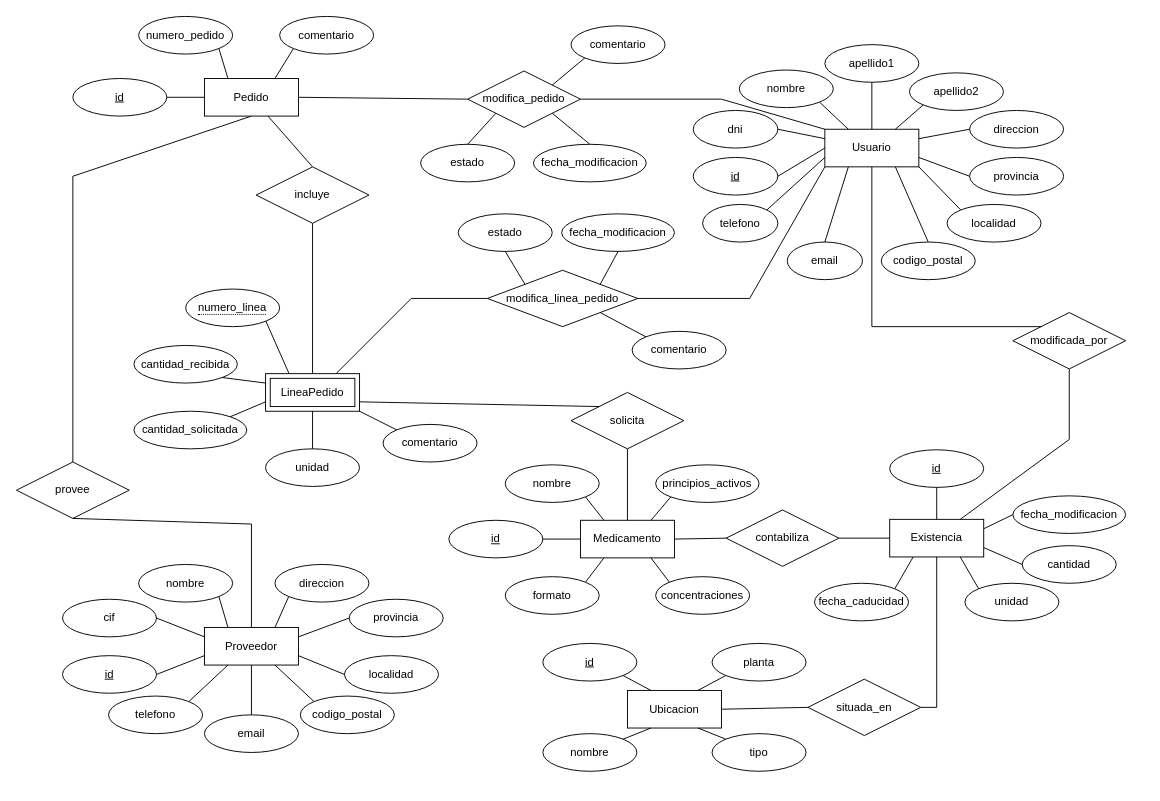
Above: Diagrama sin título.drawio in mariopr25/AlmacenMedicamentosER (draw.io), before the change. Source tidied: cells renumbered, new cells numbered last; positions are measured from the earlier drawing's top-left corner, leaving out a move shared by most shapes. Both pictures are drawn from the tidied source at 94%, with x=0, y=0 at pixel (16, 16).
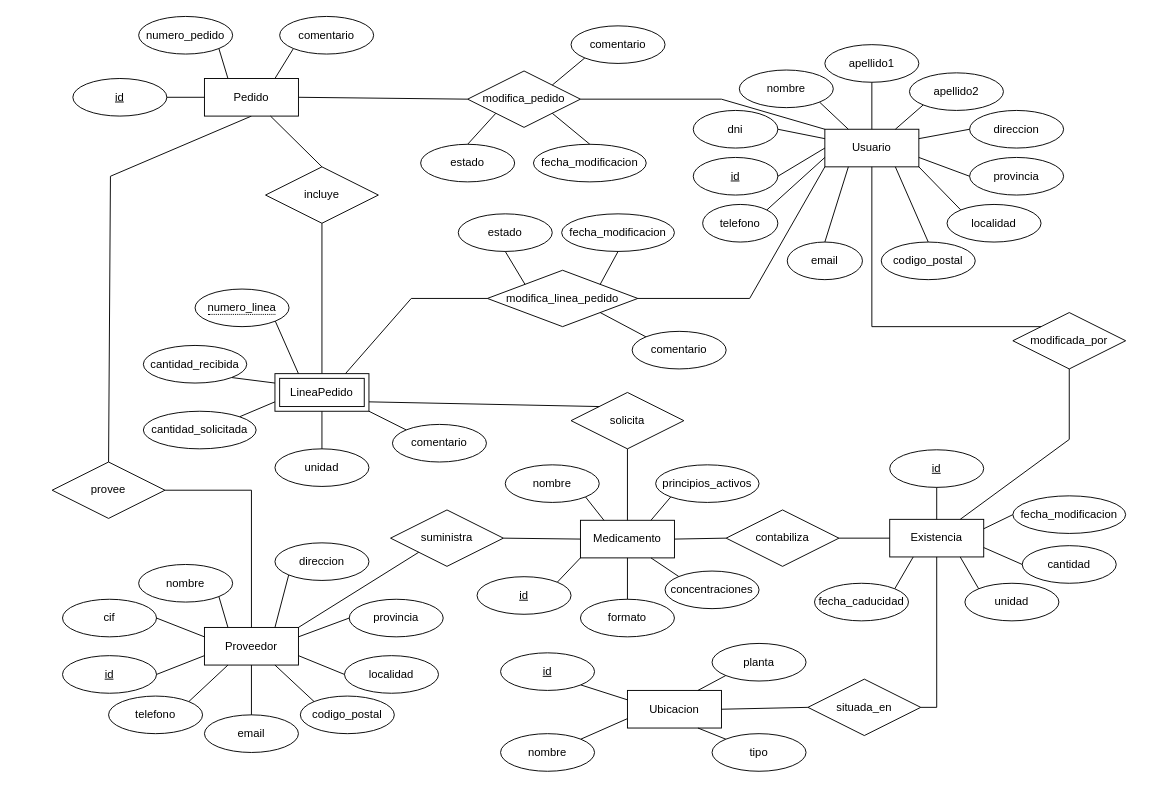
The same diagram, later.

Commit message:
añadida relacion "suministra" entre Proveedor y Medicamento

Unchanged cells that the change refers to:
```xml
<mxCell id="2" style="group;" parent="1" vertex="1">
  <mxGeometry x="30" y="580" width="440" height="210" as="geometry" />
</mxCell>
<mxCell id="3" value="Proveedor" style="whiteSpace=wrap;html=1;align=center;" parent="2" vertex="1">
  <mxGeometry x="170" y="70" width="100" height="40" as="geometry" />
</mxCell>
<mxCell id="47" style="group;" parent="1" vertex="1">
  <mxGeometry x="540" y="667" width="330" height="150" as="geometry" />
</mxCell>
<mxCell id="48" value="Ubicacion" style="whiteSpace=wrap;html=1;align=center;" parent="47" vertex="1">
  <mxGeometry x="110" y="50" width="100" height="40" as="geometry" />
</mxCell>
<mxCell id="57" style="group;" parent="1" vertex="1">
  <mxGeometry x="440" y="474" width="360" height="162" as="geometry" />
</mxCell>
<mxCell id="58" value="Medicamento" style="whiteSpace=wrap;html=1;align=center;" parent="57" vertex="1">
  <mxGeometry x="160" y="62" width="100" height="40" as="geometry" />
</mxCell>
<mxCell id="101" value="Pedido" style="whiteSpace=wrap;html=1;align=center;" parent="96" vertex="1">
  <mxGeometry x="140" y="66" width="100" height="40" as="geometry" />
</mxCell>
```

What changed in the source:
```diff
@@
     <mxCell id="7" value="direccion" style="ellipse;whiteSpace=wrap;html=1;align=center;" parent="2" vertex="1">
-      <mxGeometry x="245" y="3" width="100" height="40" as="geometry" />
+      <mxGeometry x="245" y="-20" width="100" height="40" as="geometry" />
     </mxCell>
@@
     <mxCell id="49" value="id" style="ellipse;whiteSpace=wrap;html=1;align=center;fontStyle=4;" parent="47" vertex="1">
-      <mxGeometry x="20" width="100" height="40" as="geometry" />
+      <mxGeometry x="-25" y="10" width="100" height="40" as="geometry" />
     </mxCell>
     <mxCell id="50" value="nombre" style="ellipse;whiteSpace=wrap;html=1;align=center;" parent="47" vertex="1">
-      <mxGeometry x="20" y="96" width="100" height="40" as="geometry" />
+      <mxGeometry x="-25" y="96" width="100" height="40" as="geometry" />
     </mxCell>
@@
-    <mxCell id="54" style="endArrow=none;html=1;rounded=0;exitX=1;exitY=1;exitDx=0;exitDy=0;entryX=0.25;entryY=0;entryDx=0;entryDy=0;" parent="47" edge="1" source="49" target="48">
+    <mxCell id="54" style="endArrow=none;html=1;rounded=0;exitX=1;exitY=1;exitDx=0;exitDy=0;entryX=0;entryY=0.25;entryDx=0;entryDy=0;" parent="47" edge="1" source="49" target="48">
       <mxGeometry relative="1" as="geometry" />
     </mxCell>
@@
-    <mxCell id="56" style="endArrow=none;html=1;rounded=0;exitX=0.25;exitY=1;exitDx=0;exitDy=0;entryX=1;entryY=0;entryDx=0;entryDy=0;" parent="47" edge="1" source="48" target="50">
+    <mxCell id="56" style="endArrow=none;html=1;rounded=0;exitX=0;exitY=0.75;exitDx=0;exitDy=0;entryX=1;entryY=0;entryDx=0;entryDy=0;" parent="47" edge="1" source="48" target="50">
       <mxGeometry relative="1" as="geometry" />
     </mxCell>
@@
     <mxCell id="61" value="concentraciones" style="ellipse;whiteSpace=wrap;html=1;align=center;" parent="57" vertex="1">
-      <mxGeometry x="240" y="122" width="100" height="40" as="geometry" />
+      <mxGeometry x="250" y="116" width="100" height="40" as="geometry" />
     </mxCell>
-    <mxCell id="62" value="formato" style="ellipse;whiteSpace=wrap;html=1;align=center;" parent="57" vertex="1">
-      <mxGeometry x="80" y="122" width="100" height="40" as="geometry" />
-    </mxCell>
     <mxCell id="63" value="id" style="ellipse;whiteSpace=wrap;html=1;align=center;fontStyle=4;" parent="57" vertex="1">
-      <mxGeometry x="20" y="62" width="100" height="40" as="geometry" />
+      <mxGeometry x="50" y="122" width="100" height="40" as="geometry" />
     </mxCell>
-    <mxCell id="64" style="endArrow=none;html=1;rounded=0;exitX=1;exitY=0.5;exitDx=0;exitDy=0;entryX=0;entryY=0.5;entryDx=0;entryDy=0;" parent="57" edge="1" source="63" target="58">
+    <mxCell id="64" style="endArrow=none;html=1;rounded=0;exitX=1;exitY=0;exitDx=0;exitDy=0;entryX=0;entryY=1;entryDx=0;entryDy=0;" parent="57" edge="1" source="63" target="58">
       <mxGeometry relative="1" as="geometry" />
     </mxCell>
@@
-    <mxCell id="68" style="endArrow=none;html=1;rounded=0;exitX=1;exitY=0;exitDx=0;exitDy=0;entryX=0.25;entryY=1;entryDx=0;entryDy=0;" parent="57" edge="1" source="62" target="58">
-      <mxGeometry relative="1" as="geometry" />
-    </mxCell>
+    <mxCell id="137" value="suministra" style="shape=rhombus;perimeter=rhombusPerimeter;whiteSpace=wrap;html=1;align=center;" parent="57" vertex="1">
+      <mxGeometry x="-42" y="51" width="120" height="60" as="geometry" />
+    </mxCell>
+    <mxCell id="138" style="endArrow=none;html=1;rounded=0;entryX=0;entryY=0.5;entryDx=0;entryDy=0;exitX=1;exitY=0.5;exitDx=0;exitDy=0;" parent="57" edge="1" source="137" target="58">
+      <mxGeometry relative="1" as="geometry" />
+    </mxCell>
@@
     <mxCell id="90" value="provee" style="shape=rhombus;perimeter=rhombusPerimeter;whiteSpace=wrap;html=1;align=center;" parent="1" vertex="1">
-      <mxGeometry y="474" width="120" height="60" as="geometry" />
+      <mxGeometry x="38" y="474" width="120" height="60" as="geometry" />
     </mxCell>
     <mxCell id="91" style="endArrow=none;html=1;rounded=0;exitX=0.5;exitY=1;exitDx=0;exitDy=0;entryX=0.5;entryY=0;entryDx=0;entryDy=0;" parent="1" edge="1" source="101" target="90">
       <mxGeometry relative="1" as="geometry">
         <Array as="points">
-          <mxPoint x="60" y="170" />
+          <mxPoint x="100" y="170" />
         </Array>
       </mxGeometry>
     </mxCell>
-    <mxCell id="92" style="endArrow=none;html=1;rounded=0;exitX=0.5;exitY=0;exitDx=0;exitDy=0;entryX=0.5;entryY=1;entryDx=0;entryDy=0;" parent="1" edge="1" source="3" target="90">
+    <mxCell id="92" style="endArrow=none;html=1;rounded=0;exitX=0.5;exitY=0;exitDx=0;exitDy=0;entryX=1;entryY=0.5;entryDx=0;entryDy=0;" parent="1" edge="1" source="3" target="90">
       <mxGeometry relative="1" as="geometry">
         <Array as="points">
-          <mxPoint x="250" y="540" />
+          <mxPoint x="250" y="504" />
         </Array>
       </mxGeometry>
     </mxCell>
@@
     <mxCell id="104" value="incluye" style="shape=rhombus;perimeter=rhombusPerimeter;whiteSpace=wrap;html=1;align=center;" parent="1" vertex="1">
-      <mxGeometry x="255" y="160" width="120" height="60" as="geometry" />
+      <mxGeometry x="265" y="160" width="120" height="60" as="geometry" />
     </mxCell>
@@
     <mxCell id="111" style="group;" parent="1" vertex="1">
-      <mxGeometry x="125" y="300" width="390" height="200" as="geometry" />
+      <mxGeometry x="135" y="300" width="390" height="200" as="geometry" />
     </mxCell>
@@
+    <mxCell id="62" value="formato" style="ellipse;whiteSpace=wrap;html=1;align=center;" parent="1" vertex="1">
+      <mxGeometry x="600" y="620" width="100" height="40" as="geometry" />
+    </mxCell>
+    <mxCell id="68" style="endArrow=none;html=1;rounded=0;exitX=0.5;exitY=0;exitDx=0;exitDy=0;entryX=0.5;entryY=1;entryDx=0;entryDy=0;" parent="1" edge="1" source="62" target="58">
+      <mxGeometry relative="1" as="geometry" />
+    </mxCell>
+    <mxCell id="139" style="endArrow=none;html=1;rounded=0;exitX=1;exitY=0;exitDx=0;exitDy=0;entryX=0;entryY=1;entryDx=0;entryDy=0;" parent="1" edge="1" source="3" target="137">
+      <mxGeometry relative="1" as="geometry" />
+    </mxCell>
```
